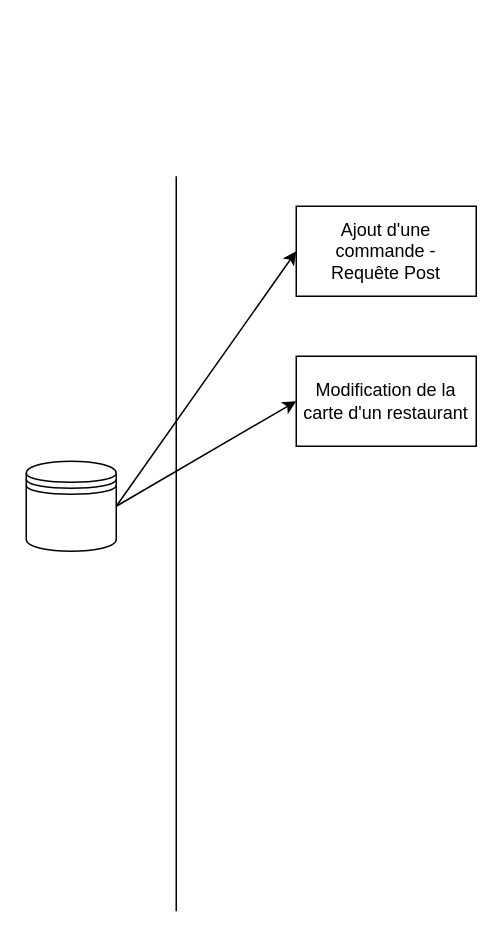
TheAIWizard/Ensaeats keeps this draw.io diagram as diagramme_utilisation_API.drawio. Above is the earlier version. Source tidied: cells renumbered, new cells numbered last; positions are measured from the earlier drawing's top-left corner, leaving out a move shared by most shapes. Both pictures are drawn from the tidied source at 150%, with x=0, y=0 at pixel (26, 176). Pictures stored in the file or linked from it are replaced by grey dashed boxes.
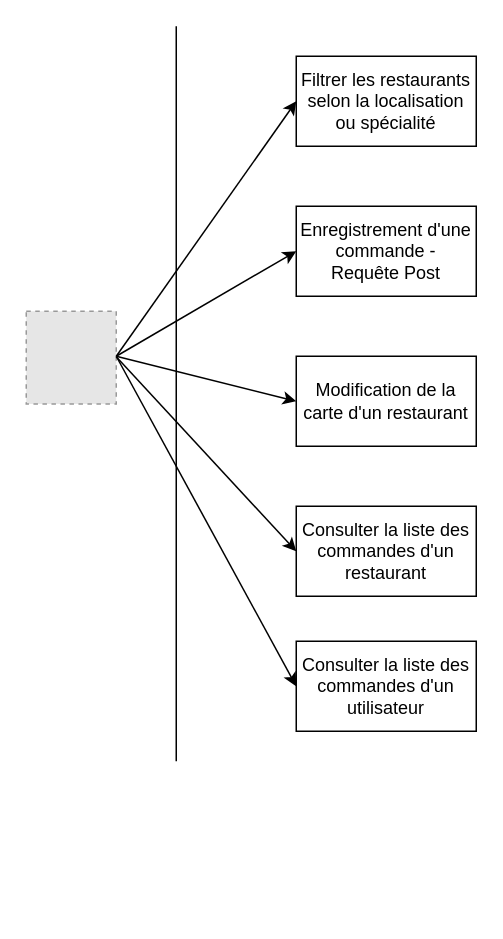
The same diagram, later.

Commit message:
modification diagramme

Diff of the diagram source:
```diff
@@
 <mxGraphModel>
   <root>
     <mxCell id="0" />
     <mxCell id="1" parent="0" />
-    <mxCell id="2" style="shape=datastore;whiteSpace=wrap;html=1;" parent="1" vertex="1">
-      <mxGeometry y="190" width="60" height="60" as="geometry" />
-    </mxCell>
     <mxCell id="3" style="endArrow=none;html=1;" parent="1" edge="1">
       <mxGeometry relative="1" as="geometry">
-        <mxPoint x="100" y="490" as="sourcePoint" />
-        <mxPoint x="100" as="targetPoint" />
+        <mxPoint x="100" y="390" as="sourcePoint" />
+        <mxPoint x="100" y="-100" as="targetPoint" />
       </mxGeometry>
     </mxCell>
     <mxCell id="4" style="endArrow=classic;html=1;entryX=0;entryY=0.5;entryDx=0;entryDy=0;" parent="1" edge="1" target="5">
       <mxGeometry relative="1" as="geometry">
-        <mxPoint x="60" y="220" as="sourcePoint" />
+        <mxPoint x="60" y="120" as="sourcePoint" />
       </mxGeometry>
     </mxCell>
-    <mxCell id="5" value="Ajout d'une commande - &lt;br&gt;Requête Post" style="rounded=0;whiteSpace=wrap;html=1;" parent="1" vertex="1">
+    <mxCell id="5" value="Enregistrement d'une commande - &lt;br&gt;Requête Post" style="rounded=0;whiteSpace=wrap;html=1;" parent="1" vertex="1">
       <mxGeometry x="180" y="20" width="120" height="60" as="geometry" />
     </mxCell>
     <mxCell id="6" value="Modification de la carte d'un restaurant&lt;br&gt;" style="rounded=0;whiteSpace=wrap;html=1;" parent="1" vertex="1">
       <mxGeometry x="180" y="120" width="120" height="60" as="geometry" />
     </mxCell>
     <mxCell id="7" style="endArrow=classic;html=1;entryX=0;entryY=0.5;entryDx=0;entryDy=0;" parent="1" edge="1" target="6">
       <mxGeometry relative="1" as="geometry">
-        <mxPoint x="60" y="220" as="sourcePoint" />
+        <mxPoint x="60" y="120" as="sourcePoint" />
       </mxGeometry>
     </mxCell>
+    <mxCell id="8" style="fillColor=#E6E6E6;strokeColor=#999999;dashed=1;verticalLabelPosition=bottom;verticalAlign=top;" parent="1" vertex="1">
+      <mxGeometry y="90" width="60" height="61.8" as="geometry" />
+    </mxCell>
+    <mxCell id="9" style="endArrow=classic;html=1;entryX=0;entryY=0.5;entryDx=0;entryDy=0;" parent="1" edge="1" target="10">
+      <mxGeometry relative="1" as="geometry">
+        <mxPoint x="60" y="120.4" as="sourcePoint" />
+      </mxGeometry>
+    </mxCell>
+    <mxCell id="10" value="Consulter la liste des commandes d'un restaurant" style="rounded=0;whiteSpace=wrap;html=1;" parent="1" vertex="1">
+      <mxGeometry x="180" y="220" width="120" height="60" as="geometry" />
+    </mxCell>
+    <mxCell id="11" style="endArrow=classic;html=1;entryX=0;entryY=0.5;entryDx=0;entryDy=0;" parent="1" edge="1" target="12">
+      <mxGeometry relative="1" as="geometry">
+        <mxPoint x="60" y="120" as="sourcePoint" />
+      </mxGeometry>
+    </mxCell>
+    <mxCell id="12" value="Filtrer les restaurants selon la localisation ou spécialité" style="rounded=0;whiteSpace=wrap;html=1;" parent="1" vertex="1">
+      <mxGeometry x="180" y="-80" width="120" height="60" as="geometry" />
+    </mxCell>
+    <mxCell id="13" style="endArrow=classic;html=1;entryX=0;entryY=0.5;entryDx=0;entryDy=0;" parent="1" edge="1" target="14">
+      <mxGeometry relative="1" as="geometry">
+        <mxPoint x="60" y="120" as="sourcePoint" />
+      </mxGeometry>
+    </mxCell>
+    <mxCell id="14" value="Consulter la liste des commandes d'un utilisateur" style="rounded=0;whiteSpace=wrap;html=1;" parent="1" vertex="1">
+      <mxGeometry x="180" y="310" width="120" height="60" as="geometry" />
+    </mxCell>
   </root>
 </mxGraphModel>
```
